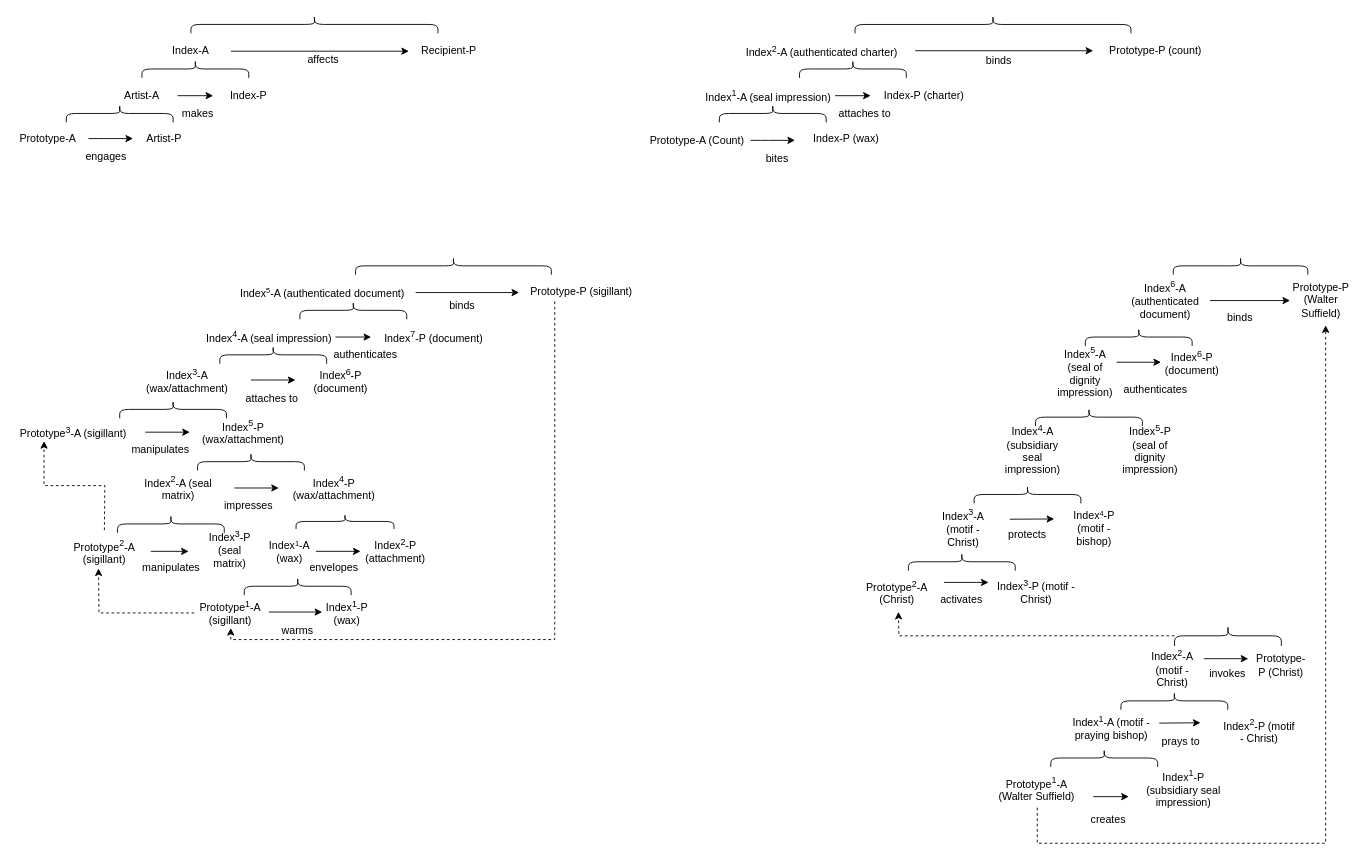
Before: Untitled Diagram.drawio in matthewsillence/art_agency, a draw.io diagram. Source tidied: cells renumbered, new cells numbered last; positions are measured from the earlier drawing's top-left corner, leaving out a move shared by most shapes. Both pictures are drawn from the tidied source at 89%, with x=0, y=0 at pixel (15, -114).
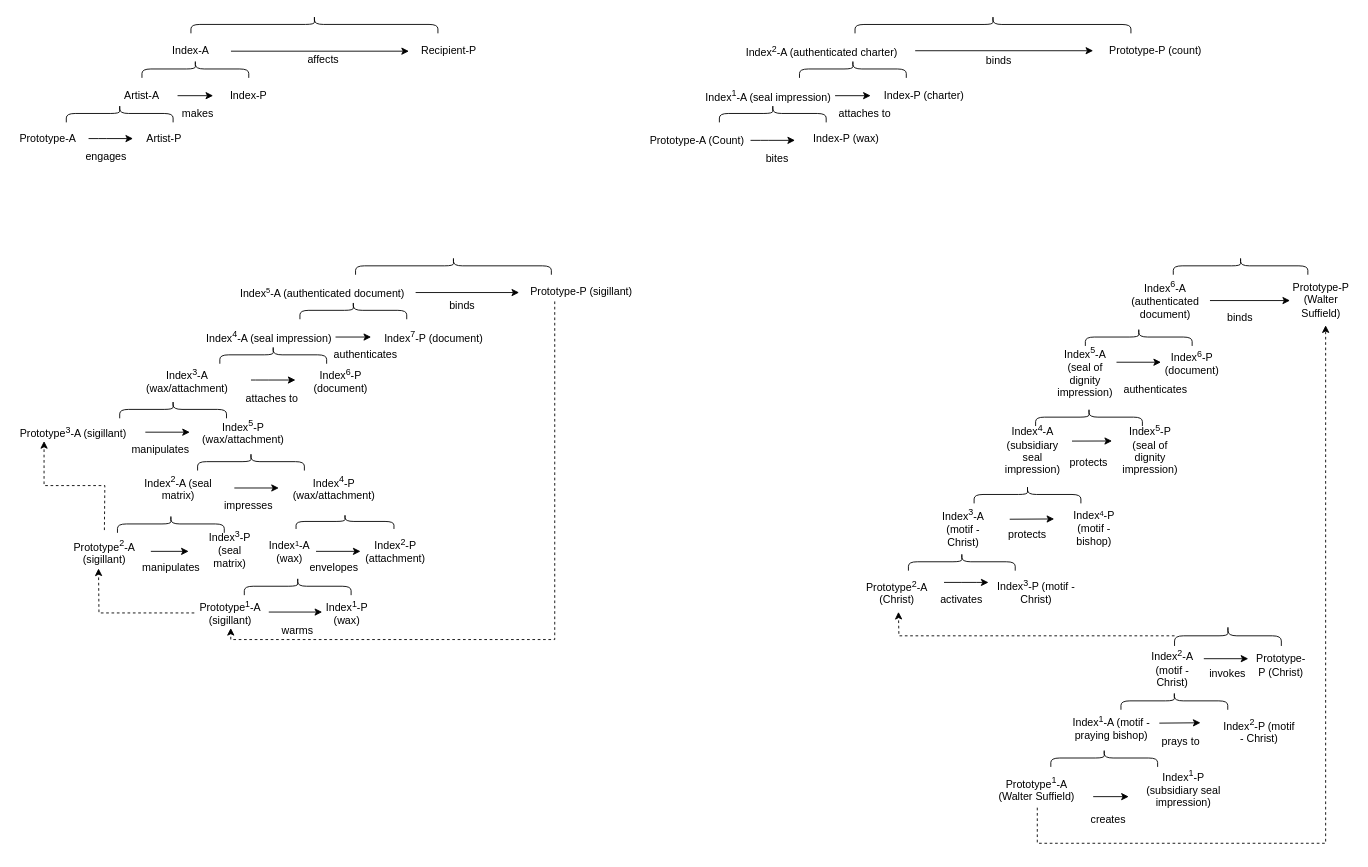
The same diagram, later.

Diff of the diagram source:
```diff
@@
+    <mxCell id="117" style="endArrow=classic;html=1;" parent="1" edge="1">
+      <mxGeometry relative="1" as="geometry">
+        <mxPoint x="1187" y="623.1" as="sourcePoint" />
+        <mxPoint x="1232" y="623" as="targetPoint" />
+      </mxGeometry>
+    </mxCell>
+    <mxCell id="118" value="protects" style="text;html=1;strokeColor=none;fillColor=none;align=center;verticalAlign=middle;whiteSpace=wrap;rounded=0;" parent="1" vertex="1">
+      <mxGeometry x="1186.1" y="638.4" width="40" height="20" as="geometry" />
+    </mxCell>
```
